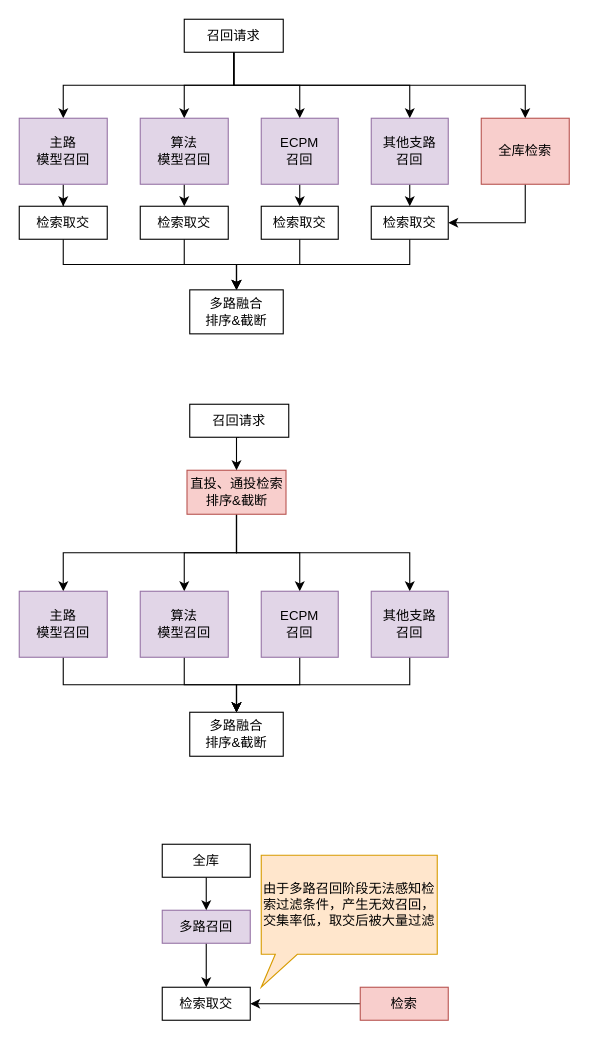
yantao006/draw_io keeps this draw.io diagram as page "第 3 页" (3 of 3) of 商业化召回.drawio. Above is the earlier version. Source tidied: cells renumbered, new cells numbered last; positions are measured from the earlier drawing's top-left corner, leaving out a move shared by most shapes. Both pictures are drawn from the tidied source at 110%, with x=0, y=0 at pixel (19, 19).
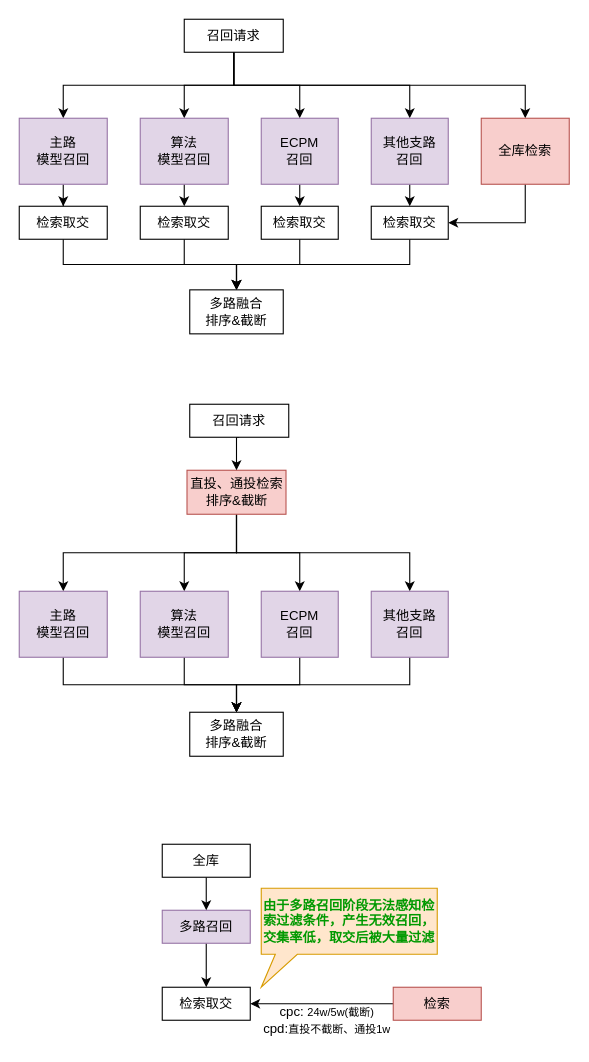
The same diagram, later.

Commit message:
更新商业化召回.drawio

Change to the diagram source:
```diff
@@
     <mxCell id="47" value="检索" style="rounded=0;whiteSpace=wrap;html=1;fillColor=#f8cecc;strokeColor=#b85450;" parent="1" vertex="1">
-      <mxGeometry x="310" y="880" width="80" height="30" as="geometry" />
+      <mxGeometry x="340" y="880" width="80" height="30" as="geometry" />
     </mxCell>
@@
-    <mxCell id="50" value="由于多路召回阶段无法感知检索过滤条件，产生无效召回，交集率低，取交后被大量过滤" style="shape=callout;whiteSpace=wrap;html=1;perimeter=calloutPerimeter;size=30;position=0.08;position2=0;fillColor=#ffe6cc;strokeColor=#d79b00;" parent="1" vertex="1">
-      <mxGeometry x="220" y="760" width="160" height="120" as="geometry" />
+    <mxCell id="50" value="&lt;b&gt;&lt;font style=&quot;color: rgb(0, 153, 0);&quot;&gt;由于多路召回阶段无法感知检索过滤条件，产生无效召回，交集率低，取交后被大量过滤&lt;/font&gt;&lt;/b&gt;" style="shape=callout;whiteSpace=wrap;html=1;perimeter=calloutPerimeter;size=30;position=0.08;position2=0;fillColor=#ffe6cc;strokeColor=#d79b00;" parent="1" vertex="1">
+      <mxGeometry x="220" y="790" width="160" height="90" as="geometry" />
     </mxCell>
+    <mxCell id="51" value="cpc: &lt;font style=&quot;font-size: 10px;&quot;&gt;24w/5w(截断)&lt;/font&gt;&lt;div&gt;cpd:&lt;font style=&quot;font-size: 10px;&quot;&gt;直投不截断、通投1w&lt;/font&gt;&lt;/div&gt;" style="text;html=1;align=center;verticalAlign=middle;whiteSpace=wrap;rounded=0;" parent="1" vertex="1">
+      <mxGeometry x="220" y="890" width="120" height="40" as="geometry" />
+    </mxCell>
```
